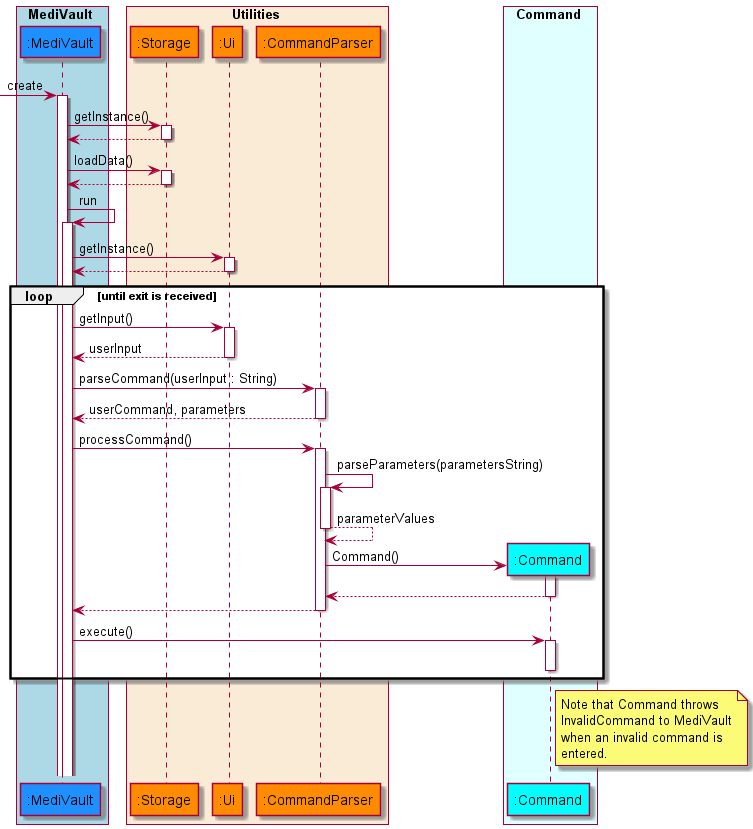
Before: docs/diagrams/diagram_images/MainLogicSequenceDiagram.png, a diagram exported from PlantUML (nus-cs2113-AY2122S1/tp).
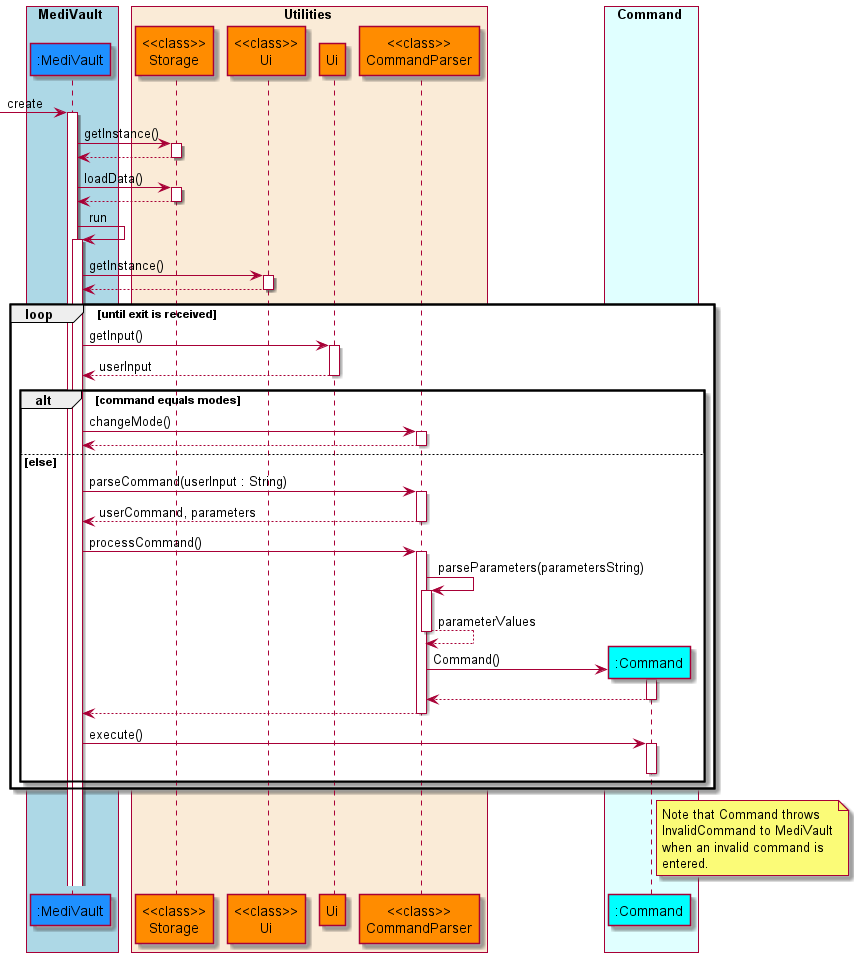
After the change.

Commit message:
Update sequence diagram

Diff of the diagram source:
```diff
@@ -7,9 +7,10 @@
 end box
 
 box Utilities COLOR_UTILITIES_BOX
-    participant ":Storage" as storage COLOR_UTILITIES
-    participant ":Ui" as ui COLOR_UTILITIES
-    participant ":CommandParser" as commandparser COLOR_UTILITIES
+    participant "<<class>>\nStorage" as storage COLOR_UTILITIES
+    participant "<<class>>\nUi" as uiclass COLOR_UTILITIES
+    participant "Ui" as ui COLOR_UTILITIES
+    participant "<<class>>\nCommandParser" as commandparser COLOR_UTILITIES
 end box
 
 box Command COLOR_COMMAND_BOX
@@ -25,22 +26,29 @@
     medivault <-- storage
 
     medivault -> medivault : run
-    medivault -> ui : getInstance()
-    medivault <-- ui
+    medivault -> uiclass : getInstance()
+    medivault <-- uiclass
         loop until exit is received
             medivault -> ui : getInput()
             medivault <-- ui : userInput
-            medivault -> commandparser : parseCommand(userInput : String)
-            medivault <-- commandparser : userCommand, parameters
-            medivault -> commandparser : processCommand()
-            commandparser -> commandparser : parseParameters(parametersString)
-            commandparser --> commandparser : parameterValues
-            create command
-            commandparser -> command : Command()
-            commandparser <-- command
-            medivault <-- commandparser
-            medivault -> command : execute()
-            deactivate command
+
+            alt command equals modes
+                medivault -> commandparser : changeMode()
+                medivault <-- commandparser
+            else else
+                medivault -> commandparser : parseCommand(userInput : String)
+                medivault <-- commandparser : userCommand, parameters
+                medivault -> commandparser : processCommand()
+                commandparser -> commandparser : parseParameters(parametersString)
+                commandparser --> commandparser : parameterValues
+                create command
+                commandparser -> command : Command()
+                commandparser <-- command
+                medivault <-- commandparser
+                medivault -> command : execute()
+                deactivate command
+            end
+
         end
 note right of command
 Note that Command throws
```
